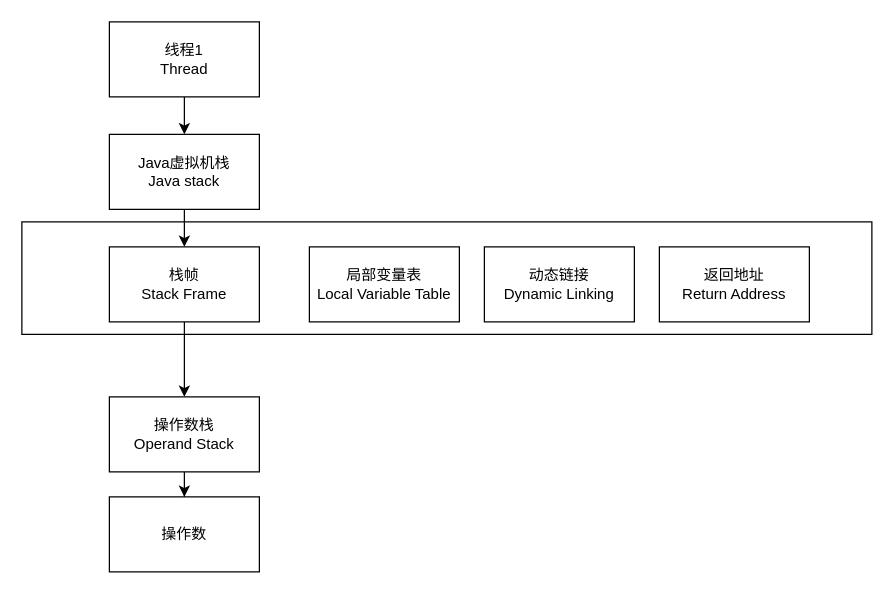
Earlier version of the draw.io diagram 虚拟栈帧1.drawio (ShortPupil/VPicture). Source tidied: cells renumbered, new cells numbered last; positions are measured from the earlier drawing's top-left corner, leaving out a move shared by most shapes. Both pictures are drawn from the tidied source at 125%, with x=0, y=0 at pixel (21, 21).
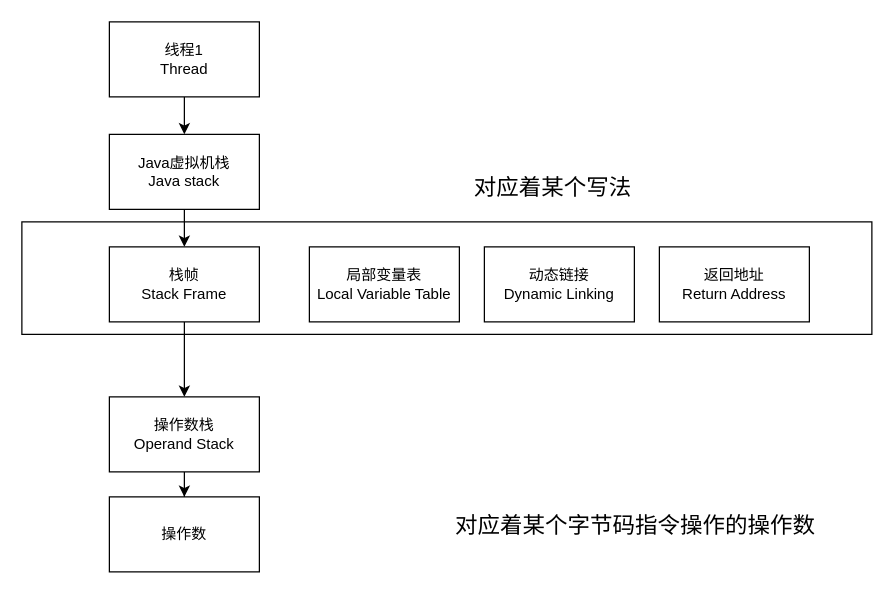
After the change.

Change to the diagram source:
```diff
@@
 <mxGraphModel>
   <root>
     <mxCell id="0" />
     <mxCell id="1" parent="0" />
     <mxCell id="2" style="rounded=0;whiteSpace=wrap;html=1;" parent="1" vertex="1">
       <mxGeometry y="160" width="680" height="90" as="geometry" />
     </mxCell>
     <mxCell id="3" style="edgeStyle=orthogonalEdgeStyle;rounded=0;jettySize=auto;html=1;" parent="1" edge="1" source="4" target="6">
       <mxGeometry relative="1" as="geometry" />
     </mxCell>
     <mxCell id="4" value="线程1&lt;br&gt;Thread" style="rounded=0;whiteSpace=wrap;html=1;" parent="1" vertex="1">
       <mxGeometry x="70" width="120" height="60" as="geometry" />
     </mxCell>
     <mxCell id="5" style="edgeStyle=orthogonalEdgeStyle;rounded=0;jettySize=auto;html=1;" parent="1" edge="1" source="6" target="8">
       <mxGeometry relative="1" as="geometry" />
     </mxCell>
     <mxCell id="6" value="Java虚拟机栈&lt;br&gt;Java stack" style="rounded=0;whiteSpace=wrap;html=1;" parent="1" vertex="1">
       <mxGeometry x="70" y="90" width="120" height="60" as="geometry" />
     </mxCell>
     <mxCell id="7" style="edgeStyle=orthogonalEdgeStyle;rounded=0;jettySize=auto;html=1;exitX=0.5;exitY=1;exitDx=0;exitDy=0;" parent="1" edge="1" source="8">
       <mxGeometry relative="1" as="geometry">
         <mxPoint x="130" y="300" as="targetPoint" />
       </mxGeometry>
     </mxCell>
     <mxCell id="8" value="栈帧&lt;br&gt;Stack Frame" style="whiteSpace=wrap;html=1;rounded=0;" parent="1" vertex="1">
       <mxGeometry x="70" y="180" width="120" height="60" as="geometry" />
     </mxCell>
     <mxCell id="9" value="局部变量表&lt;br&gt;Local Variable Table" style="rounded=0;whiteSpace=wrap;html=1;" parent="1" vertex="1">
       <mxGeometry x="230" y="180" width="120" height="60" as="geometry" />
     </mxCell>
     <mxCell id="10" value="动态链接&lt;br&gt;Dynamic Linking" style="rounded=0;whiteSpace=wrap;html=1;" parent="1" vertex="1">
       <mxGeometry x="370" y="180" width="120" height="60" as="geometry" />
     </mxCell>
     <mxCell id="11" value="返回地址&lt;br&gt;Return Address" style="rounded=0;whiteSpace=wrap;html=1;" parent="1" vertex="1">
       <mxGeometry x="510" y="180" width="120" height="60" as="geometry" />
     </mxCell>
     <mxCell id="12" style="edgeStyle=orthogonalEdgeStyle;rounded=0;jettySize=auto;html=1;" parent="1" edge="1" source="13" target="14">
       <mxGeometry relative="1" as="geometry" />
     </mxCell>
     <mxCell id="13" value="操作数栈&lt;br&gt;Operand Stack" style="rounded=0;whiteSpace=wrap;html=1;" parent="1" vertex="1">
       <mxGeometry x="70" y="300" width="120" height="60" as="geometry" />
     </mxCell>
     <mxCell id="14" value="操作数" style="whiteSpace=wrap;html=1;rounded=0;" parent="1" vertex="1">
       <mxGeometry x="70" y="380" width="120" height="60" as="geometry" />
     </mxCell>
+    <mxCell id="15" value="&lt;font style=&quot;font-size: 18px&quot;&gt;对应着某个写法&lt;/font&gt;" style="text;html=1;strokeColor=none;fillColor=none;align=center;verticalAlign=middle;whiteSpace=wrap;rounded=0;" parent="1" vertex="1">
+      <mxGeometry x="330" y="120" width="190" height="25" as="geometry" />
+    </mxCell>
+    <mxCell id="16" value="&lt;font style=&quot;font-size: 18px&quot;&gt;对应着某个字节码指令操作的操作数&lt;/font&gt;" style="text;html=1;strokeColor=none;fillColor=none;align=center;verticalAlign=middle;whiteSpace=wrap;rounded=0;" parent="1" vertex="1">
+      <mxGeometry x="332" y="396" width="318" height="14" as="geometry" />
+    </mxCell>
   </root>
 </mxGraphModel>
```
